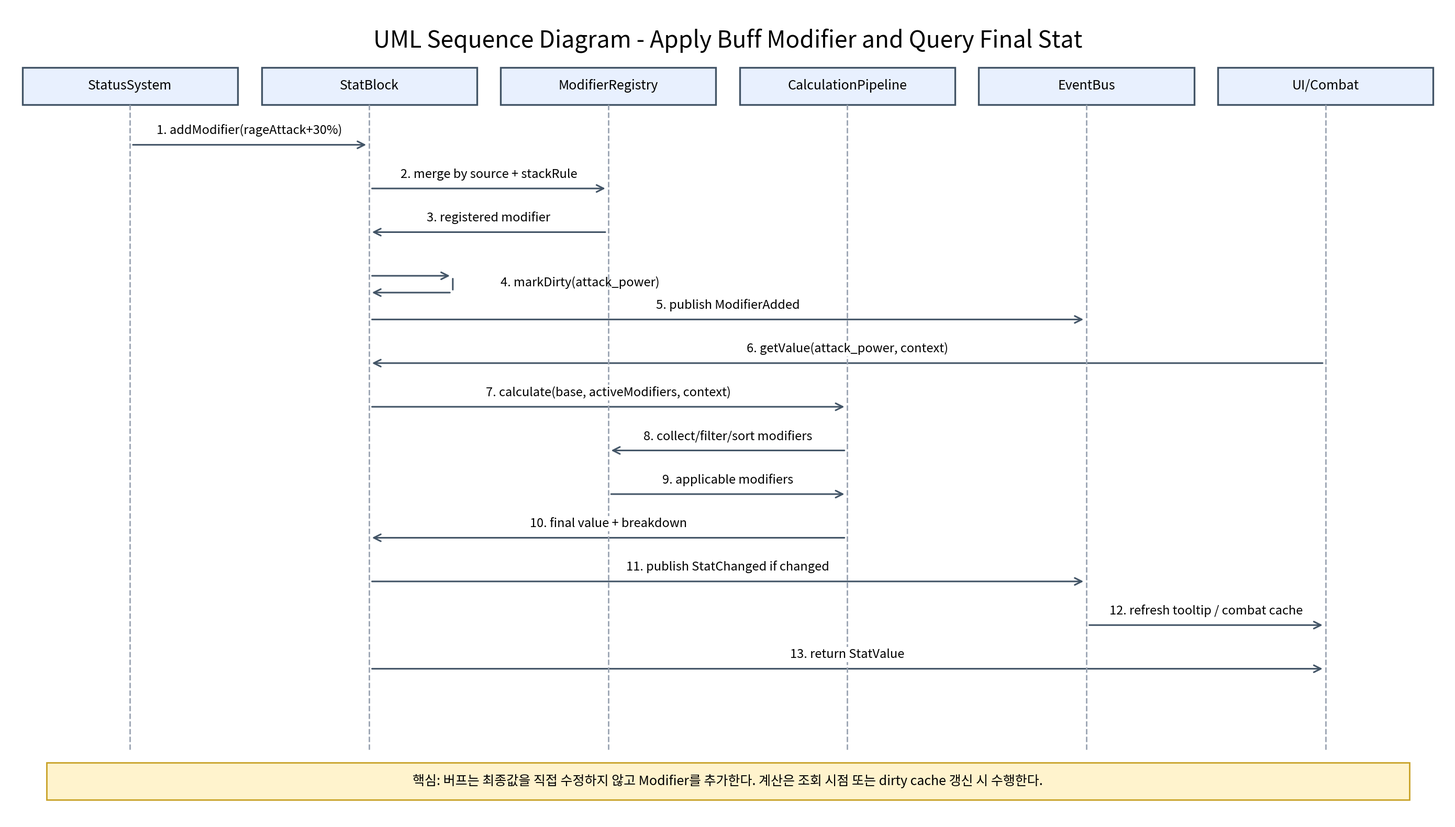
JY-LemongO/game-system-framework-knowledge-site keeps this Graphviz diagram as assets/diagrams/06_modifier_application_sequence_diagram.png. Above is the earlier version. Its source is kept beside it as source/diagrams/06_modifier_application_sequence_diagram.dot.
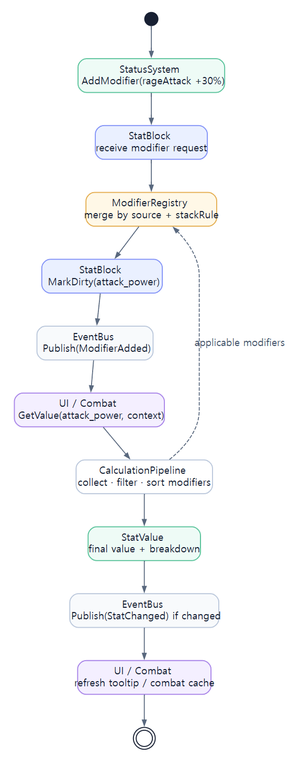
The same diagram one commit later.

What changed in the source:
```diff
@@ -5,23 +5,23 @@
   rankdir=TB;
   start [shape=circle, width=.26, label="", fillcolor="#182033", color="#182033"];
   status [label="StatusSystem
-addModifier(rageAttack +30%)", fillcolor="#eefbf6", color="#5ac39b"];
+ AddModifier(rageAttack +30%)", fillcolor="#eefbf6", color="#5ac39b"];
   stat [label="StatBlock
 receive modifier request", fillcolor="#eaf0ff", color="#8292f7"];
   reg [label="ModifierRegistry
 merge by source + stackRule", fillcolor="#fff8e7", color="#e4ad4f"];
   dirty [label="StatBlock
-markDirty(attack_power)", fillcolor="#eaf0ff", color="#8292f7"];
+ MarkDirty(attack_power)", fillcolor="#eaf0ff", color="#8292f7"];
   event1 [label="EventBus
-publish ModifierAdded", fillcolor="#f8fafc"];
+ Publish(ModifierAdded)", fillcolor="#f8fafc"];
   query [label="UI / Combat
-getValue(attack_power, context)", fillcolor="#f4efff", color="#a884e8"];
+ GetValue(attack_power, context)", fillcolor="#f4efff", color="#a884e8"];
   pipe [label="CalculationPipeline
 collect · filter · sort modifiers", fillcolor="#ffffff"];
   result [label="StatValue
 final value + breakdown", fillcolor="#eefbf6", color="#5ac39b"];
   event2 [label="EventBus
-publish StatChanged if changed", fillcolor="#f8fafc"];
+ Publish(StatChanged) if changed", fillcolor="#f8fafc"];
   cache [label="UI / Combat
 refresh tooltip / combat cache", fillcolor="#f4efff", color="#a884e8"];
   end [shape=doublecircle, width=.32, label="", fillcolor="#ffffff", color="#182033"];
```
